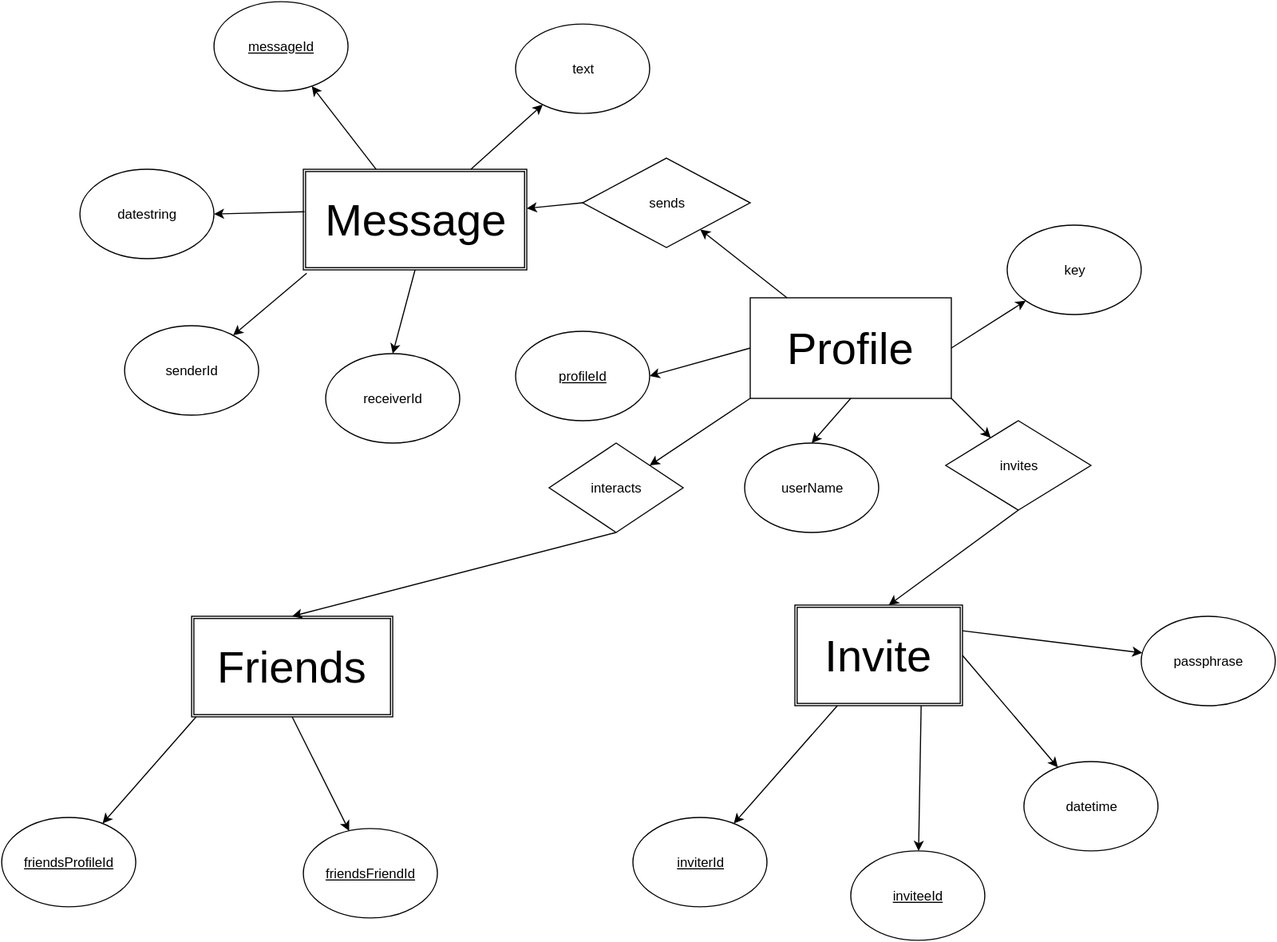
Above: public_html/epic/img/kiteCryptERD.svg in Karstagg/kiteCrypt (draw.io), before the change. Source tidied: cells renumbered, new cells last; positions are measured from the earlier drawing's top-left corner, leaving out a move shared by most shapes. Source of this version:
```xml
<mxGraphModel>
  <root>
    <mxCell id="0" />
    <mxCell id="1" parent="0" />
    <mxCell id="2" value="&lt;font style=&quot;font-size: 40px&quot;&gt;Profile&lt;/font&gt;" style="whiteSpace=wrap;html=1;" parent="1" vertex="1">
      <mxGeometry x="670" y="265" width="180" height="90" as="geometry" />
    </mxCell>
    <mxCell id="3" value="&lt;font style=&quot;font-size: 40px&quot;&gt;Friends&lt;/font&gt;" style="shape=ext;double=1;whiteSpace=wrap;html=1;" parent="1" vertex="1">
      <mxGeometry x="170" y="550" width="180" height="90" as="geometry" />
    </mxCell>
    <mxCell id="4" value="&lt;u&gt;profileId&lt;/u&gt;" style="ellipse;whiteSpace=wrap;html=1;" parent="1" vertex="1">
      <mxGeometry x="460" y="295" width="120" height="80" as="geometry" />
    </mxCell>
    <mxCell id="5" value="userName" style="ellipse;whiteSpace=wrap;html=1;" parent="1" vertex="1">
      <mxGeometry x="665" y="395" width="120" height="80" as="geometry" />
    </mxCell>
    <mxCell id="6" value="key" style="ellipse;whiteSpace=wrap;html=1;" parent="1" vertex="1">
      <mxGeometry x="900" y="200" width="120" height="80" as="geometry" />
    </mxCell>
    <mxCell id="7" value="interacts" style="rhombus;whiteSpace=wrap;html=1;" parent="1" vertex="1">
      <mxGeometry x="490" y="395" width="120" height="80" as="geometry" />
    </mxCell>
    <mxCell id="8" value="&lt;u&gt;friendsProfileId&lt;/u&gt;" style="ellipse;whiteSpace=wrap;html=1;" parent="1" vertex="1">
      <mxGeometry y="730" width="120" height="80" as="geometry" />
    </mxCell>
    <mxCell id="9" value="&lt;u&gt;friendsFriendId&lt;/u&gt;" style="ellipse;whiteSpace=wrap;html=1;" parent="1" vertex="1">
      <mxGeometry x="270" y="740" width="120" height="80" as="geometry" />
    </mxCell>
    <mxCell id="10" style="endArrow=classic;html=1;exitX=0;exitY=0.5;entryX=1;entryY=0.5;" parent="1" edge="1" source="2" target="4">
      <mxGeometry relative="1" as="geometry" />
    </mxCell>
    <mxCell id="11" style="endArrow=classic;html=1;exitX=1;exitY=0.5;" parent="1" edge="1" source="2" target="6">
      <mxGeometry relative="1" as="geometry" />
    </mxCell>
    <mxCell id="12" style="endArrow=classic;html=1;exitX=0;exitY=1;exitPerimeter=0;" parent="1" edge="1" source="2" target="7">
      <mxGeometry relative="1" as="geometry" />
    </mxCell>
    <mxCell id="13" style="endArrow=classic;html=1;exitX=0.5;exitY=1;entryX=0.5;entryY=0;" parent="1" edge="1" source="2" target="5">
      <mxGeometry relative="1" as="geometry" />
    </mxCell>
    <mxCell id="14" style="endArrow=classic;html=1;exitX=0.5;exitY=1;entryX=0.5;entryY=0;" parent="1" edge="1" source="7" target="3">
      <mxGeometry relative="1" as="geometry" />
    </mxCell>
    <mxCell id="15" style="endArrow=classic;html=1;exitX=0.022;exitY=1;exitPerimeter=0;" parent="1" edge="1" source="3" target="8">
      <mxGeometry relative="1" as="geometry" />
    </mxCell>
    <mxCell id="16" style="endArrow=classic;html=1;exitX=0.5;exitY=1;" parent="1" edge="1" source="3" target="9">
      <mxGeometry relative="1" as="geometry" />
    </mxCell>
    <mxCell id="17" value="invites" style="rhombus;whiteSpace=wrap;html=1;" parent="1" vertex="1">
      <mxGeometry x="845" y="375" width="130" height="80" as="geometry" />
    </mxCell>
    <mxCell id="18" style="endArrow=classic;html=1;exitX=1;exitY=1;exitPerimeter=0;" parent="1" edge="1" source="2" target="17">
      <mxGeometry relative="1" as="geometry" />
    </mxCell>
    <mxCell id="19" style="endArrow=classic;html=1;exitX=0.5;exitY=1;entryX=0.56;entryY=0;entryPerimeter=0;" parent="1" edge="1" source="17" target="28">
      <mxGeometry relative="1" as="geometry" />
    </mxCell>
    <mxCell id="20" value="&lt;u&gt;inviterId&lt;/u&gt;" style="ellipse;whiteSpace=wrap;html=1;" parent="1" vertex="1">
      <mxGeometry x="565" y="730" width="120" height="80" as="geometry" />
    </mxCell>
    <mxCell id="21" value="&lt;u&gt;inviteeId&lt;/u&gt;" style="ellipse;whiteSpace=wrap;html=1;" parent="1" vertex="1">
      <mxGeometry x="760" y="760" width="120" height="80" as="geometry" />
    </mxCell>
    <mxCell id="22" style="endArrow=classic;html=1;exitX=0.25;exitY=1;" parent="1" edge="1" source="28" target="20">
      <mxGeometry x="-104.7" y="-390" as="geometry" />
    </mxCell>
    <mxCell id="23" style="endArrow=classic;html=1;exitX=0.75;exitY=1;" parent="1" edge="1" source="28" target="21">
      <mxGeometry x="65" y="-390" as="geometry" />
    </mxCell>
    <mxCell id="24" value="datetime" style="ellipse;whiteSpace=wrap;html=1;" parent="1" vertex="1">
      <mxGeometry x="915" y="680" width="120" height="80" as="geometry" />
    </mxCell>
    <mxCell id="25" style="endArrow=classic;html=1;exitX=1;exitY=0.5;" parent="1" edge="1" source="28" target="24">
      <mxGeometry x="145" y="-450" as="geometry" />
    </mxCell>
    <mxCell id="26" value="passphrase" style="ellipse;whiteSpace=wrap;html=1;" parent="1" vertex="1">
      <mxGeometry x="1020" y="550" width="120" height="80" as="geometry" />
    </mxCell>
    <mxCell id="27" style="endArrow=classic;html=1;exitX=1;exitY=0.25;" parent="1" edge="1" source="28" target="26">
      <mxGeometry x="85" y="-370" as="geometry" />
    </mxCell>
    <mxCell id="28" value="&lt;font style=&quot;font-size: 40px&quot;&gt;Invite&lt;/font&gt;" style="shape=ext;double=1;whiteSpace=wrap;html=1;" parent="1" vertex="1">
      <mxGeometry x="710" y="540" width="150" height="90" as="geometry" />
    </mxCell>
    <mxCell id="29" value="&lt;u&gt;messageId&lt;/u&gt;" style="ellipse;whiteSpace=wrap;html=1;" parent="1" vertex="1">
      <mxGeometry x="190" width="120" height="80" as="geometry" />
    </mxCell>
    <mxCell id="30" value="senderId" style="ellipse;whiteSpace=wrap;html=1;" parent="1" vertex="1">
      <mxGeometry x="110" y="290" width="120" height="80" as="geometry" />
    </mxCell>
    <mxCell id="31" value="receiverId" style="ellipse;whiteSpace=wrap;html=1;" parent="1" vertex="1">
      <mxGeometry x="290" y="315" width="120" height="80" as="geometry" />
    </mxCell>
    <mxCell id="32" value="datestring" style="ellipse;whiteSpace=wrap;html=1;" parent="1" vertex="1">
      <mxGeometry x="70" y="150" width="120" height="80" as="geometry" />
    </mxCell>
    <mxCell id="33" value="text" style="ellipse;whiteSpace=wrap;html=1;" parent="1" vertex="1">
      <mxGeometry x="460" y="20" width="120" height="80" as="geometry" />
    </mxCell>
    <mxCell id="34" value="sends" style="rhombus;whiteSpace=wrap;html=1;" parent="1" vertex="1">
      <mxGeometry x="520" y="140" width="150" height="80" as="geometry" />
    </mxCell>
    <mxCell id="35" value="&lt;font style=&quot;font-size: 40px&quot;&gt;Message&lt;/font&gt;" style="shape=ext;double=1;whiteSpace=wrap;html=1;" parent="1" vertex="1">
      <mxGeometry x="270" y="150" width="200" height="90" as="geometry" />
    </mxCell>
    <mxCell id="36" style="endArrow=classic;html=1;" parent="1" edge="1" source="2" target="34">
      <mxGeometry relative="1" as="geometry" />
    </mxCell>
    <mxCell id="37" style="endArrow=classic;html=1;exitX=0;exitY=0.5;" parent="1" edge="1" source="34" target="35">
      <mxGeometry relative="1" as="geometry" />
    </mxCell>
    <mxCell id="38" style="endArrow=classic;html=1;exitX=0.75;exitY=0;" parent="1" edge="1" source="35" target="33">
      <mxGeometry relative="1" as="geometry" />
    </mxCell>
    <mxCell id="39" style="endArrow=classic;html=1;exitX=0.005;exitY=0.422;exitPerimeter=0;entryX=1;entryY=0.5;" parent="1" edge="1" source="35" target="32">
      <mxGeometry relative="1" as="geometry" />
    </mxCell>
    <mxCell id="40" style="endArrow=classic;html=1;" parent="1" edge="1" source="35" target="29">
      <mxGeometry relative="1" as="geometry" />
    </mxCell>
    <mxCell id="41" style="endArrow=classic;html=1;exitX=0.015;exitY=1.033;exitPerimeter=0;" parent="1" edge="1" source="35" target="30">
      <mxGeometry relative="1" as="geometry" />
    </mxCell>
    <mxCell id="42" style="endArrow=classic;html=1;exitX=0.5;exitY=1;entryX=0.5;entryY=0;" parent="1" edge="1" source="35" target="31">
      <mxGeometry relative="1" as="geometry" />
    </mxCell>
  </root>
</mxGraphModel>
```
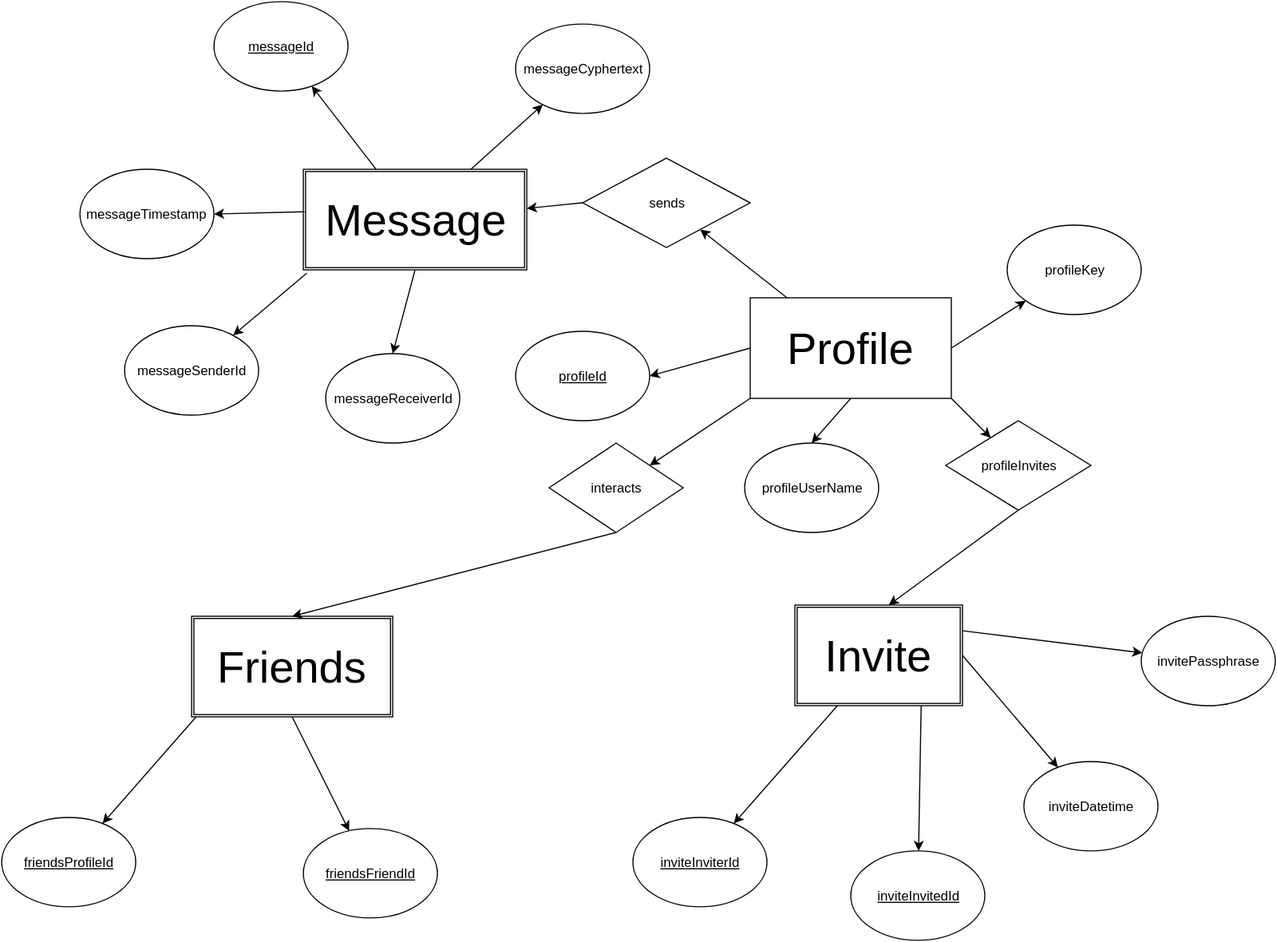
The same file after the commit.

Commit message:
normalized attributes on the ERD

What changed in the source:
```diff
@@ -11,10 +11,10 @@
     <mxCell id="4" value="&lt;u&gt;profileId&lt;/u&gt;" style="ellipse;whiteSpace=wrap;html=1;" parent="1" vertex="1">
       <mxGeometry x="460" y="295" width="120" height="80" as="geometry" />
     </mxCell>
-    <mxCell id="5" value="userName" style="ellipse;whiteSpace=wrap;html=1;" parent="1" vertex="1">
+    <mxCell id="5" value="profileUserName" style="ellipse;whiteSpace=wrap;html=1;" parent="1" vertex="1">
       <mxGeometry x="665" y="395" width="120" height="80" as="geometry" />
     </mxCell>
-    <mxCell id="6" value="key" style="ellipse;whiteSpace=wrap;html=1;" parent="1" vertex="1">
+    <mxCell id="6" value="profileKey" style="ellipse;whiteSpace=wrap;html=1;" parent="1" vertex="1">
       <mxGeometry x="900" y="200" width="120" height="80" as="geometry" />
     </mxCell>
     <mxCell id="7" value="interacts" style="rhombus;whiteSpace=wrap;html=1;" parent="1" vertex="1">
@@ -47,7 +47,7 @@
     <mxCell id="16" style="endArrow=classic;html=1;exitX=0.5;exitY=1;" parent="1" edge="1" source="3" target="9">
       <mxGeometry relative="1" as="geometry" />
     </mxCell>
-    <mxCell id="17" value="invites" style="rhombus;whiteSpace=wrap;html=1;" parent="1" vertex="1">
+    <mxCell id="17" value="profileInvites" style="rhombus;whiteSpace=wrap;html=1;" parent="1" vertex="1">
       <mxGeometry x="845" y="375" width="130" height="80" as="geometry" />
     </mxCell>
     <mxCell id="18" style="endArrow=classic;html=1;exitX=1;exitY=1;exitPerimeter=0;" parent="1" edge="1" source="2" target="17">
@@ -56,10 +56,10 @@
     <mxCell id="19" style="endArrow=classic;html=1;exitX=0.5;exitY=1;entryX=0.56;entryY=0;entryPerimeter=0;" parent="1" edge="1" source="17" target="28">
       <mxGeometry relative="1" as="geometry" />
     </mxCell>
-    <mxCell id="20" value="&lt;u&gt;inviterId&lt;/u&gt;" style="ellipse;whiteSpace=wrap;html=1;" parent="1" vertex="1">
+    <mxCell id="20" value="&lt;u&gt;inviteInviterId&lt;/u&gt;" style="ellipse;whiteSpace=wrap;html=1;" parent="1" vertex="1">
       <mxGeometry x="565" y="730" width="120" height="80" as="geometry" />
     </mxCell>
-    <mxCell id="21" value="&lt;u&gt;inviteeId&lt;/u&gt;" style="ellipse;whiteSpace=wrap;html=1;" parent="1" vertex="1">
+    <mxCell id="21" value="&lt;u&gt;inviteInvitedId&lt;/u&gt;" style="ellipse;whiteSpace=wrap;html=1;" parent="1" vertex="1">
       <mxGeometry x="760" y="760" width="120" height="80" as="geometry" />
     </mxCell>
     <mxCell id="22" style="endArrow=classic;html=1;exitX=0.25;exitY=1;" parent="1" edge="1" source="28" target="20">
@@ -68,13 +68,13 @@
     <mxCell id="23" style="endArrow=classic;html=1;exitX=0.75;exitY=1;" parent="1" edge="1" source="28" target="21">
       <mxGeometry x="65" y="-390" as="geometry" />
     </mxCell>
-    <mxCell id="24" value="datetime" style="ellipse;whiteSpace=wrap;html=1;" parent="1" vertex="1">
+    <mxCell id="24" value="inviteDatetime" style="ellipse;whiteSpace=wrap;html=1;" parent="1" vertex="1">
       <mxGeometry x="915" y="680" width="120" height="80" as="geometry" />
     </mxCell>
     <mxCell id="25" style="endArrow=classic;html=1;exitX=1;exitY=0.5;" parent="1" edge="1" source="28" target="24">
       <mxGeometry x="145" y="-450" as="geometry" />
     </mxCell>
-    <mxCell id="26" value="passphrase" style="ellipse;whiteSpace=wrap;html=1;" parent="1" vertex="1">
+    <mxCell id="26" value="invitePassphrase" style="ellipse;whiteSpace=wrap;html=1;" parent="1" vertex="1">
       <mxGeometry x="1020" y="550" width="120" height="80" as="geometry" />
     </mxCell>
     <mxCell id="27" style="endArrow=classic;html=1;exitX=1;exitY=0.25;" parent="1" edge="1" source="28" target="26">
@@ -86,16 +86,16 @@
     <mxCell id="29" value="&lt;u&gt;messageId&lt;/u&gt;" style="ellipse;whiteSpace=wrap;html=1;" parent="1" vertex="1">
       <mxGeometry x="190" width="120" height="80" as="geometry" />
     </mxCell>
-    <mxCell id="30" value="senderId" style="ellipse;whiteSpace=wrap;html=1;" parent="1" vertex="1">
+    <mxCell id="30" value="messageSenderId" style="ellipse;whiteSpace=wrap;html=1;" parent="1" vertex="1">
       <mxGeometry x="110" y="290" width="120" height="80" as="geometry" />
     </mxCell>
-    <mxCell id="31" value="receiverId" style="ellipse;whiteSpace=wrap;html=1;" parent="1" vertex="1">
+    <mxCell id="31" value="messageReceiverId" style="ellipse;whiteSpace=wrap;html=1;" parent="1" vertex="1">
       <mxGeometry x="290" y="315" width="120" height="80" as="geometry" />
     </mxCell>
-    <mxCell id="32" value="datestring" style="ellipse;whiteSpace=wrap;html=1;" parent="1" vertex="1">
+    <mxCell id="32" value="messageTimestamp" style="ellipse;whiteSpace=wrap;html=1;" parent="1" vertex="1">
       <mxGeometry x="70" y="150" width="120" height="80" as="geometry" />
     </mxCell>
-    <mxCell id="33" value="text" style="ellipse;whiteSpace=wrap;html=1;" parent="1" vertex="1">
+    <mxCell id="33" value="messageCyphertext" style="ellipse;whiteSpace=wrap;html=1;" parent="1" vertex="1">
       <mxGeometry x="460" y="20" width="120" height="80" as="geometry" />
     </mxCell>
     <mxCell id="34" value="sends" style="rhombus;whiteSpace=wrap;html=1;" parent="1" vertex="1">
```
